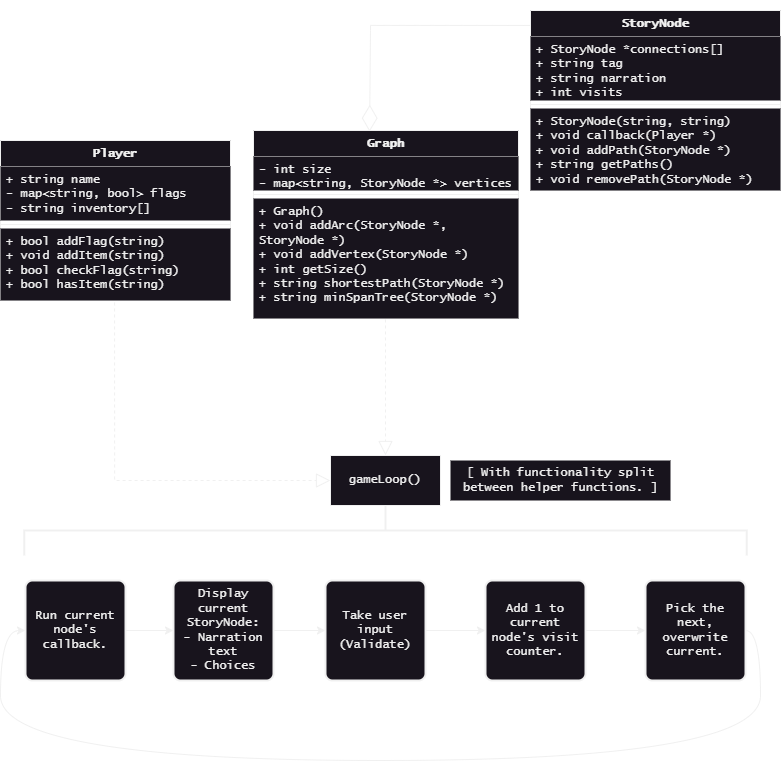
crane-9/cs260 keeps this draw.io diagram as readme_src/uml_design.png. Above is the earlier version. Source tidied: cells renumbered, new cells last; positions are measured from the earlier drawing's top-left corner, leaving out a move shared by most shapes. Source of this version:
```xml
<mxGraphModel>
  <root>
    <mxCell id="0" />
    <mxCell id="1" parent="0" />
    <mxCell id="2" value="Player" style="swimlane;fontStyle=1;align=center;verticalAlign=top;horizontal=1;startSize=26;whiteSpace=wrap;html=1;fontFamily=Lucida Console;fillColor=default;" parent="1" vertex="1">
      <mxGeometry y="130" width="230" height="160" as="geometry" />
    </mxCell>
    <mxCell id="3" value="+ string name&lt;br&gt;- map&amp;lt;string, bool&amp;gt; flags&lt;br&gt;- string inventory[]" style="text;strokeColor=none;fillColor=default;align=left;verticalAlign=top;spacingLeft=4;spacingRight=4;overflow=hidden;whiteSpace=wrap;html=1;fontFamily=Lucida Console;" parent="2" vertex="1">
      <mxGeometry y="26" width="230" height="54" as="geometry" />
    </mxCell>
    <mxCell id="4" style="line;strokeWidth=1;fillColor=default;align=left;verticalAlign=middle;spacingTop=-1;spacingLeft=3;spacingRight=3;labelPosition=right;strokeColor=inherit;fontFamily=Lucida Console;" parent="2" vertex="1">
      <mxGeometry y="80" width="230" height="8" as="geometry" />
    </mxCell>
    <mxCell id="5" value="+ bool addFlag(string)&lt;br&gt;+ void addItem(string)&lt;br&gt;+ bool checkFlag(string)&lt;br&gt;+ bool hasItem(string)&lt;br&gt;" style="text;strokeColor=none;fillColor=default;align=left;verticalAlign=top;spacingLeft=4;spacingRight=4;overflow=hidden;points=[[0,0.5],[1,0.5]];portConstraint=eastwest;whiteSpace=wrap;html=1;fontFamily=Lucida Console;" parent="2" vertex="1">
      <mxGeometry y="88" width="230" height="72" as="geometry" />
    </mxCell>
    <mxCell id="6" value="Graph" style="swimlane;fontStyle=1;align=center;verticalAlign=top;horizontal=1;startSize=26;whiteSpace=wrap;html=1;fontFamily=Lucida Console;fillColor=default;strokeWidth=1;" parent="1" vertex="1">
      <mxGeometry x="253" y="120" width="265" height="188" as="geometry" />
    </mxCell>
    <mxCell id="7" value="- int size&lt;br&gt;- map&amp;lt;string, StoryNode *&amp;gt; vertices" style="text;strokeColor=none;fillColor=default;align=left;verticalAlign=top;spacingLeft=4;spacingRight=4;overflow=hidden;whiteSpace=wrap;html=1;fontFamily=Lucida Console;strokeWidth=1;" parent="6" vertex="1">
      <mxGeometry y="26" width="265" height="34" as="geometry" />
    </mxCell>
    <mxCell id="8" style="line;strokeWidth=1;fillColor=default;align=left;verticalAlign=middle;spacingTop=-1;spacingLeft=3;spacingRight=3;labelPosition=right;strokeColor=inherit;fontFamily=Lucida Console;" parent="6" vertex="1">
      <mxGeometry y="60" width="265" height="8" as="geometry" />
    </mxCell>
    <mxCell id="9" value="+ Graph()&lt;br&gt;+ void addArc(StoryNode *, StoryNode *)&lt;br&gt;+ void addVertex(StoryNode *)&lt;br&gt;+ int getSize()&lt;br&gt;+ string shortestPath(StoryNode *)&lt;br&gt;+ string minSpanTree(StoryNode *)" style="text;strokeColor=none;fillColor=default;align=left;verticalAlign=top;spacingLeft=4;spacingRight=4;overflow=hidden;points=[[0,0.5],[1,0.5]];portConstraint=eastwest;whiteSpace=wrap;html=1;fontFamily=Lucida Console;strokeWidth=1;" parent="6" vertex="1">
      <mxGeometry y="68" width="265" height="120" as="geometry" />
    </mxCell>
    <mxCell id="10" value="StoryNode" style="swimlane;fontStyle=1;align=center;verticalAlign=top;horizontal=1;startSize=26;whiteSpace=wrap;html=1;fontFamily=Lucida Console;fillColor=default;" parent="1" vertex="1">
      <mxGeometry x="530" width="250" height="180" as="geometry" />
    </mxCell>
    <mxCell id="11" value="+ StoryNode *connections[]&lt;br&gt;+ string tag&lt;br&gt;+ string narration&lt;br&gt;+ int visits" style="text;strokeColor=none;fillColor=default;align=left;verticalAlign=top;spacingLeft=4;spacingRight=4;overflow=hidden;whiteSpace=wrap;html=1;fontFamily=Lucida Console;" parent="10" vertex="1">
      <mxGeometry y="26" width="250" height="64" as="geometry" />
    </mxCell>
    <mxCell id="12" style="line;strokeWidth=1;fillColor=default;align=left;verticalAlign=middle;spacingTop=-1;spacingLeft=3;spacingRight=3;labelPosition=right;strokeColor=inherit;fontFamily=Lucida Console;" parent="10" vertex="1">
      <mxGeometry y="90" width="250" height="8" as="geometry" />
    </mxCell>
    <mxCell id="13" value="+ StoryNode(string, string)&lt;br&gt;+ void callback(Player *)&lt;br&gt;+ void addPath(StoryNode *)&lt;br&gt;+ string getPaths()&lt;br&gt;+ void removePath(StoryNode *)" style="text;strokeColor=none;fillColor=default;align=left;verticalAlign=top;spacingLeft=4;spacingRight=4;overflow=hidden;whiteSpace=wrap;html=1;fontFamily=Lucida Console;" parent="10" vertex="1">
      <mxGeometry y="98" width="250" height="82" as="geometry" />
    </mxCell>
    <mxCell id="14" value="gameLoop()" style="html=1;whiteSpace=wrap;fontFamily=Lucida Console;" parent="1" vertex="1">
      <mxGeometry x="330" y="445" width="110" height="50" as="geometry" />
    </mxCell>
    <mxCell id="15" style="edgeStyle=orthogonalEdgeStyle;rounded=0;jettySize=auto;html=1;exitX=1;exitY=0.5;exitDx=0;exitDy=0;entryX=0;entryY=0.5;entryDx=0;entryDy=0;fontFamily=Lucida Console;" parent="1" edge="1" source="16" target="20">
      <mxGeometry relative="1" as="geometry" />
    </mxCell>
    <mxCell id="16" value="Display current StoryNode:&lt;br&gt;- Narration text&lt;br&gt;- Choices" style="rounded=1;whiteSpace=wrap;html=1;absoluteArcSize=1;arcSize=14;strokeWidth=2;fontFamily=Lucida Console;" parent="1" vertex="1">
      <mxGeometry x="173" y="570" width="100" height="100" as="geometry" />
    </mxCell>
    <mxCell id="17" style="edgeStyle=orthogonalEdgeStyle;rounded=0;jettySize=auto;html=1;exitX=1;exitY=0.5;exitDx=0;exitDy=0;entryX=0;entryY=0.5;entryDx=0;entryDy=0;fontFamily=Lucida Console;" parent="1" edge="1" source="18" target="16">
      <mxGeometry relative="1" as="geometry" />
    </mxCell>
    <mxCell id="18" value="Run current node's callback." style="rounded=1;whiteSpace=wrap;html=1;absoluteArcSize=1;arcSize=14;strokeWidth=2;fontFamily=Lucida Console;" parent="1" vertex="1">
      <mxGeometry x="25" y="570" width="100" height="100" as="geometry" />
    </mxCell>
    <mxCell id="19" style="edgeStyle=orthogonalEdgeStyle;rounded=0;jettySize=auto;html=1;exitX=1;exitY=0.5;exitDx=0;exitDy=0;entryX=0;entryY=0.5;entryDx=0;entryDy=0;fontFamily=Lucida Console;" parent="1" edge="1" source="20" target="22">
      <mxGeometry relative="1" as="geometry" />
    </mxCell>
    <mxCell id="20" value="Take user input&lt;br&gt;(Validate)" style="rounded=1;whiteSpace=wrap;html=1;absoluteArcSize=1;arcSize=14;strokeWidth=2;fontFamily=Lucida Console;" parent="1" vertex="1">
      <mxGeometry x="325" y="570" width="100" height="100" as="geometry" />
    </mxCell>
    <mxCell id="21" style="edgeStyle=orthogonalEdgeStyle;rounded=0;jettySize=auto;html=1;exitX=1;exitY=0.5;exitDx=0;exitDy=0;entryX=0;entryY=0.5;entryDx=0;entryDy=0;fontFamily=Lucida Console;" parent="1" edge="1" source="22" target="24">
      <mxGeometry relative="1" as="geometry" />
    </mxCell>
    <mxCell id="22" value="Add 1 to current node's visit counter." style="rounded=1;whiteSpace=wrap;html=1;absoluteArcSize=1;arcSize=14;strokeWidth=2;fontFamily=Lucida Console;" parent="1" vertex="1">
      <mxGeometry x="485" y="570" width="100" height="100" as="geometry" />
    </mxCell>
    <mxCell id="23" style="edgeStyle=orthogonalEdgeStyle;rounded=0;jettySize=auto;html=1;exitX=1;exitY=0.5;exitDx=0;exitDy=0;entryX=0;entryY=0.5;entryDx=0;entryDy=0;curved=1;" parent="1" edge="1" source="24" target="18">
      <mxGeometry relative="1" as="geometry">
        <Array as="points">
          <mxPoint x="760" y="620" />
          <mxPoint x="760" y="750" />
          <mxPoint y="750" />
          <mxPoint y="620" />
        </Array>
      </mxGeometry>
    </mxCell>
    <mxCell id="24" value="Pick the next, overwrite current." style="rounded=1;whiteSpace=wrap;html=1;absoluteArcSize=1;arcSize=14;strokeWidth=2;fontFamily=Lucida Console;" parent="1" vertex="1">
      <mxGeometry x="645" y="570" width="100" height="100" as="geometry" />
    </mxCell>
    <mxCell id="25" style="strokeWidth=2;html=1;shape=mxgraph.flowchart.annotation_2;align=left;labelPosition=right;rotation=90;" parent="1" vertex="1">
      <mxGeometry x="360" y="158.8" width="50" height="722.5" as="geometry" />
    </mxCell>
    <mxCell id="26" style="endArrow=diamondThin;endFill=0;endSize=24;html=1;rounded=0;entryX=0.438;entryY=0.006;entryDx=0;entryDy=0;entryPerimeter=0;exitX=0;exitY=0.083;exitDx=0;exitDy=0;exitPerimeter=0;edgeStyle=orthogonalEdgeStyle;" parent="1" edge="1" source="10" target="6">
      <mxGeometry relative="1" as="geometry">
        <Array as="points">
          <mxPoint x="370" y="20" />
          <mxPoint x="370" y="70" />
        </Array>
      </mxGeometry>
    </mxCell>
    <mxCell id="27" style="endArrow=block;dashed=1;endFill=0;endSize=12;html=1;rounded=0;entryX=0;entryY=0.5;entryDx=0;entryDy=0;exitX=0.496;exitY=1.028;exitDx=0;exitDy=0;exitPerimeter=0;edgeStyle=orthogonalEdgeStyle;" parent="1" edge="1" source="5" target="14">
      <mxGeometry relative="1" as="geometry">
        <Array as="points">
          <mxPoint x="114" y="470" />
        </Array>
      </mxGeometry>
    </mxCell>
    <mxCell id="28" style="endArrow=block;dashed=1;endFill=0;endSize=12;html=1;rounded=0;entryX=0.5;entryY=0;entryDx=0;entryDy=0;exitX=0.498;exitY=1.008;exitDx=0;exitDy=0;exitPerimeter=0;" parent="1" edge="1" source="9" target="14">
      <mxGeometry relative="1" as="geometry" />
    </mxCell>
    <mxCell id="29" value="[ With functionality split &lt;br&gt;between helper functions. ]" style="text;html=1;align=center;verticalAlign=middle;strokeColor=none;fillColor=default;fontFamily=Lucida Console;gradientColor=none;gradientDirection=radial;" parent="1" vertex="1">
      <mxGeometry x="450" y="450" width="220" height="40" as="geometry" />
    </mxCell>
  </root>
</mxGraphModel>
```
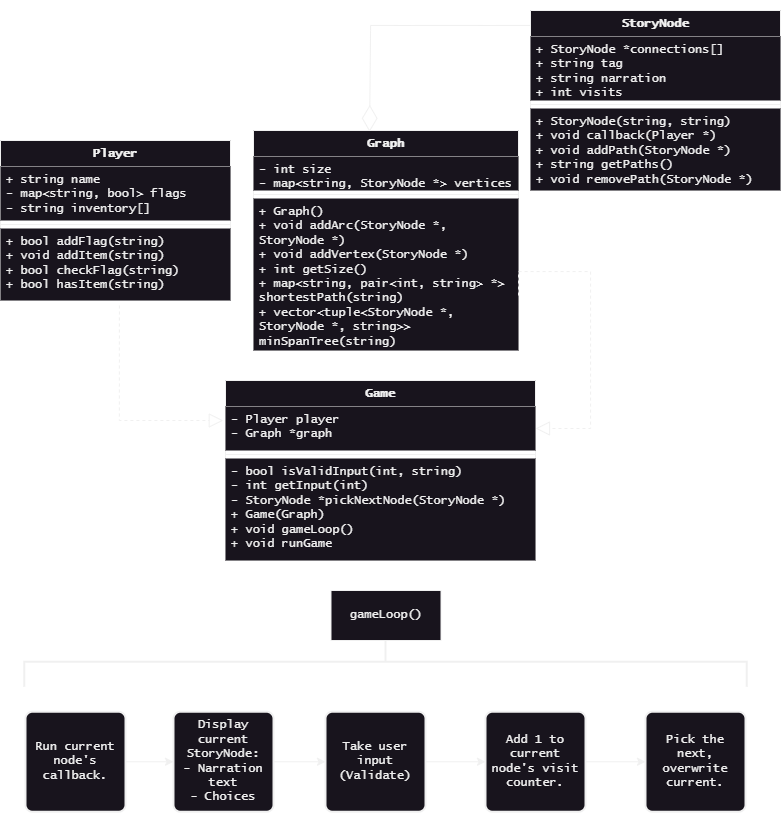
The same file after the commit.

Diff of the diagram source:
```diff
@@ -3,7 +3,7 @@
     <mxCell id="0" />
     <mxCell id="1" parent="0" />
     <mxCell id="2" value="Player" style="swimlane;fontStyle=1;align=center;verticalAlign=top;horizontal=1;startSize=26;whiteSpace=wrap;html=1;fontFamily=Lucida Console;fillColor=default;" parent="1" vertex="1">
-      <mxGeometry y="130" width="230" height="160" as="geometry" />
+      <mxGeometry y="-1.2" width="230" height="160" as="geometry" />
     </mxCell>
     <mxCell id="3" value="+ string name&lt;br&gt;- map&amp;lt;string, bool&amp;gt; flags&lt;br&gt;- string inventory[]" style="text;strokeColor=none;fillColor=default;align=left;verticalAlign=top;spacingLeft=4;spacingRight=4;overflow=hidden;whiteSpace=wrap;html=1;fontFamily=Lucida Console;" parent="2" vertex="1">
       <mxGeometry y="26" width="230" height="54" as="geometry" />
@@ -15,7 +15,7 @@
       <mxGeometry y="88" width="230" height="72" as="geometry" />
     </mxCell>
     <mxCell id="6" value="Graph" style="swimlane;fontStyle=1;align=center;verticalAlign=top;horizontal=1;startSize=26;whiteSpace=wrap;html=1;fontFamily=Lucida Console;fillColor=default;strokeWidth=1;" parent="1" vertex="1">
-      <mxGeometry x="253" y="120" width="265" height="188" as="geometry" />
+      <mxGeometry x="253" y="-11.2" width="265" height="220" as="geometry" />
     </mxCell>
     <mxCell id="7" value="- int size&lt;br&gt;- map&amp;lt;string, StoryNode *&amp;gt; vertices" style="text;strokeColor=none;fillColor=default;align=left;verticalAlign=top;spacingLeft=4;spacingRight=4;overflow=hidden;whiteSpace=wrap;html=1;fontFamily=Lucida Console;strokeWidth=1;" parent="6" vertex="1">
       <mxGeometry y="26" width="265" height="34" as="geometry" />
@@ -23,11 +23,11 @@
     <mxCell id="8" style="line;strokeWidth=1;fillColor=default;align=left;verticalAlign=middle;spacingTop=-1;spacingLeft=3;spacingRight=3;labelPosition=right;strokeColor=inherit;fontFamily=Lucida Console;" parent="6" vertex="1">
       <mxGeometry y="60" width="265" height="8" as="geometry" />
     </mxCell>
-    <mxCell id="9" value="+ Graph()&lt;br&gt;+ void addArc(StoryNode *, StoryNode *)&lt;br&gt;+ void addVertex(StoryNode *)&lt;br&gt;+ int getSize()&lt;br&gt;+ string shortestPath(StoryNode *)&lt;br&gt;+ string minSpanTree(StoryNode *)" style="text;strokeColor=none;fillColor=default;align=left;verticalAlign=top;spacingLeft=4;spacingRight=4;overflow=hidden;points=[[0,0.5],[1,0.5]];portConstraint=eastwest;whiteSpace=wrap;html=1;fontFamily=Lucida Console;strokeWidth=1;" parent="6" vertex="1">
-      <mxGeometry y="68" width="265" height="120" as="geometry" />
+    <mxCell id="9" value="+ Graph()&lt;br&gt;+ void addArc(StoryNode *, StoryNode *)&lt;br&gt;+ void addVertex(StoryNode *)&lt;br&gt;+ int getSize()&lt;br&gt;+ map&amp;lt;string, pair&amp;lt;int, string&amp;gt; *&amp;gt; shortestPath(string)&lt;br&gt;+ vector&amp;lt;tuple&amp;lt;StoryNode *, StoryNode *, string&amp;gt;&amp;gt; minSpanTree(string)" style="text;strokeColor=none;fillColor=default;align=left;verticalAlign=top;spacingLeft=4;spacingRight=4;overflow=hidden;points=[[0,0.5],[1,0.5]];portConstraint=eastwest;whiteSpace=wrap;html=1;fontFamily=Lucida Console;strokeWidth=1;" parent="6" vertex="1">
+      <mxGeometry y="68" width="265" height="152" as="geometry" />
     </mxCell>
     <mxCell id="10" value="StoryNode" style="swimlane;fontStyle=1;align=center;verticalAlign=top;horizontal=1;startSize=26;whiteSpace=wrap;html=1;fontFamily=Lucida Console;fillColor=default;" parent="1" vertex="1">
-      <mxGeometry x="530" width="250" height="180" as="geometry" />
+      <mxGeometry x="530" y="-131.2" width="250" height="180" as="geometry" />
     </mxCell>
     <mxCell id="11" value="+ StoryNode *connections[]&lt;br&gt;+ string tag&lt;br&gt;+ string narration&lt;br&gt;+ int visits" style="text;strokeColor=none;fillColor=default;align=left;verticalAlign=top;spacingLeft=4;spacingRight=4;overflow=hidden;whiteSpace=wrap;html=1;fontFamily=Lucida Console;" parent="10" vertex="1">
       <mxGeometry y="26" width="250" height="64" as="geometry" />
@@ -38,9 +38,6 @@
     <mxCell id="13" value="+ StoryNode(string, string)&lt;br&gt;+ void callback(Player *)&lt;br&gt;+ void addPath(StoryNode *)&lt;br&gt;+ string getPaths()&lt;br&gt;+ void removePath(StoryNode *)" style="text;strokeColor=none;fillColor=default;align=left;verticalAlign=top;spacingLeft=4;spacingRight=4;overflow=hidden;whiteSpace=wrap;html=1;fontFamily=Lucida Console;" parent="10" vertex="1">
       <mxGeometry y="98" width="250" height="82" as="geometry" />
     </mxCell>
-    <mxCell id="14" value="gameLoop()" style="html=1;whiteSpace=wrap;fontFamily=Lucida Console;" parent="1" vertex="1">
-      <mxGeometry x="330" y="445" width="110" height="50" as="geometry" />
-    </mxCell>
     <mxCell id="15" style="edgeStyle=orthogonalEdgeStyle;rounded=0;jettySize=auto;html=1;exitX=1;exitY=0.5;exitDx=0;exitDy=0;entryX=0;entryY=0.5;entryDx=0;entryDy=0;fontFamily=Lucida Console;" parent="1" edge="1" source="16" target="20">
       <mxGeometry relative="1" as="geometry" />
     </mxCell>
@@ -65,16 +62,6 @@
     <mxCell id="22" value="Add 1 to current node's visit counter." style="rounded=1;whiteSpace=wrap;html=1;absoluteArcSize=1;arcSize=14;strokeWidth=2;fontFamily=Lucida Console;" parent="1" vertex="1">
       <mxGeometry x="485" y="570" width="100" height="100" as="geometry" />
     </mxCell>
-    <mxCell id="23" style="edgeStyle=orthogonalEdgeStyle;rounded=0;jettySize=auto;html=1;exitX=1;exitY=0.5;exitDx=0;exitDy=0;entryX=0;entryY=0.5;entryDx=0;entryDy=0;curved=1;" parent="1" edge="1" source="24" target="18">
-      <mxGeometry relative="1" as="geometry">
-        <Array as="points">
-          <mxPoint x="760" y="620" />
-          <mxPoint x="760" y="750" />
-          <mxPoint y="750" />
-          <mxPoint y="620" />
-        </Array>
-      </mxGeometry>
-    </mxCell>
     <mxCell id="24" value="Pick the next, overwrite current." style="rounded=1;whiteSpace=wrap;html=1;absoluteArcSize=1;arcSize=14;strokeWidth=2;fontFamily=Lucida Console;" parent="1" vertex="1">
       <mxGeometry x="645" y="570" width="100" height="100" as="geometry" />
     </mxCell>
@@ -84,23 +71,40 @@
     <mxCell id="26" style="endArrow=diamondThin;endFill=0;endSize=24;html=1;rounded=0;entryX=0.438;entryY=0.006;entryDx=0;entryDy=0;entryPerimeter=0;exitX=0;exitY=0.083;exitDx=0;exitDy=0;exitPerimeter=0;edgeStyle=orthogonalEdgeStyle;" parent="1" edge="1" source="10" target="6">
       <mxGeometry relative="1" as="geometry">
         <Array as="points">
-          <mxPoint x="370" y="20" />
-          <mxPoint x="370" y="70" />
+          <mxPoint x="370" y="-111.2" />
+          <mxPoint x="370" y="-61.2" />
         </Array>
       </mxGeometry>
     </mxCell>
-    <mxCell id="27" style="endArrow=block;dashed=1;endFill=0;endSize=12;html=1;rounded=0;entryX=0;entryY=0.5;entryDx=0;entryDy=0;exitX=0.496;exitY=1.028;exitDx=0;exitDy=0;exitPerimeter=0;edgeStyle=orthogonalEdgeStyle;" parent="1" edge="1" source="5" target="14">
-      <mxGeometry relative="1" as="geometry">
-        <Array as="points">
-          <mxPoint x="114" y="470" />
-        </Array>
-      </mxGeometry>
-    </mxCell>
-    <mxCell id="28" style="endArrow=block;dashed=1;endFill=0;endSize=12;html=1;rounded=0;entryX=0.5;entryY=0;entryDx=0;entryDy=0;exitX=0.498;exitY=1.008;exitDx=0;exitDy=0;exitPerimeter=0;" parent="1" edge="1" source="9" target="14">
-      <mxGeometry relative="1" as="geometry" />
-    </mxCell>
-    <mxCell id="29" value="[ With functionality split &lt;br&gt;between helper functions. ]" style="text;html=1;align=center;verticalAlign=middle;strokeColor=none;fillColor=default;fontFamily=Lucida Console;gradientColor=none;gradientDirection=radial;" parent="1" vertex="1">
-      <mxGeometry x="450" y="450" width="220" height="40" as="geometry" />
-    </mxCell>
+    <mxCell id="30" value="Game" style="swimlane;fontStyle=1;align=center;verticalAlign=top;horizontal=1;startSize=26;whiteSpace=wrap;html=1;fontFamily=Lucida Console;fillColor=default;" parent="1" vertex="1">
+      <mxGeometry x="225" y="238.8" width="310" height="180" as="geometry" />
+    </mxCell>
+    <mxCell id="31" value="- Player player&lt;br&gt;- Graph *graph" style="text;strokeColor=none;fillColor=default;align=left;verticalAlign=top;spacingLeft=4;spacingRight=4;overflow=hidden;points=[[0,0.5],[1,0.5]];portConstraint=eastwest;whiteSpace=wrap;html=1;fontFamily=Lucida Console;labelBackgroundColor=none;" parent="30" vertex="1">
+      <mxGeometry y="26" width="310" height="44" as="geometry" />
+    </mxCell>
+    <mxCell id="32" style="line;strokeWidth=1;fillColor=none;align=left;verticalAlign=middle;spacingTop=-1;spacingLeft=3;spacingRight=3;labelPosition=right;strokeColor=inherit;fontFamily=Lucida Console;" parent="30" vertex="1">
+      <mxGeometry y="70" width="310" height="8" as="geometry" />
+    </mxCell>
+    <mxCell id="33" value="- bool isValidInput(int, string)&lt;br&gt;- int getInput(int)&lt;br&gt;- StoryNode *pickNextNode(StoryNode *)&lt;br&gt;+ Game(Graph)&lt;br&gt;+ void gameLoop()&lt;br&gt;+ void runGame" style="text;strokeColor=none;fillColor=default;align=left;verticalAlign=top;spacingLeft=4;spacingRight=4;overflow=hidden;whiteSpace=wrap;html=1;fontFamily=Lucida Console;labelBackgroundColor=none;" parent="30" vertex="1">
+      <mxGeometry y="78" width="310" height="102" as="geometry" />
+    </mxCell>
+    <mxCell id="34" style="endArrow=block;dashed=1;endFill=0;endSize=12;html=1;rounded=0;exitX=0.517;exitY=1.069;exitDx=0;exitDy=0;exitPerimeter=0;entryX=-0.007;entryY=0.318;entryDx=0;entryDy=0;entryPerimeter=0;edgeStyle=orthogonalEdgeStyle;" parent="1" edge="1" source="5" target="31">
+      <mxGeometry relative="1" as="geometry">
+        <Array as="points">
+          <mxPoint x="119" y="278.8" />
+        </Array>
+      </mxGeometry>
+    </mxCell>
+    <mxCell id="35" style="endArrow=block;dashed=1;endFill=0;endSize=12;html=1;rounded=0;entryX=1;entryY=0.5;entryDx=0;entryDy=0;exitX=1;exitY=0.75;exitDx=0;exitDy=0;edgeStyle=orthogonalEdgeStyle;" parent="1" edge="1" source="6" target="31">
+      <mxGeometry relative="1" as="geometry">
+        <Array as="points">
+          <mxPoint x="590" y="129.8" />
+          <mxPoint x="590" y="286.8" />
+        </Array>
+      </mxGeometry>
+    </mxCell>
+    <mxCell id="14" value="gameLoop()" style="html=1;whiteSpace=wrap;fontFamily=Lucida Console;" parent="1" vertex="1">
+      <mxGeometry x="330.5" y="448.8" width="110" height="50" as="geometry" />
+    </mxCell>
   </root>
 </mxGraphModel>
```
